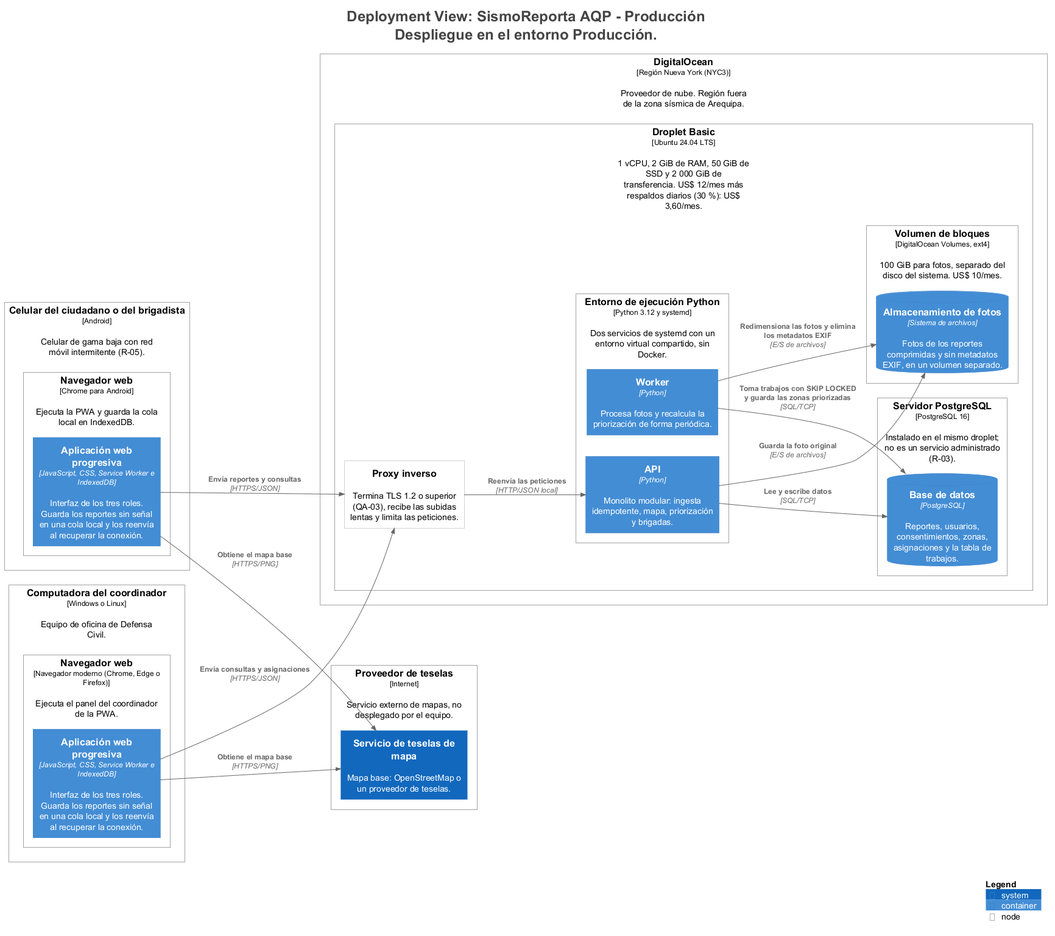
Before: docs/architecture/c4/img/structurizr-Despliegue.png, a diagram exported from PlantUML (DavidOliva06/cs-2026b-lab04-grupo06).
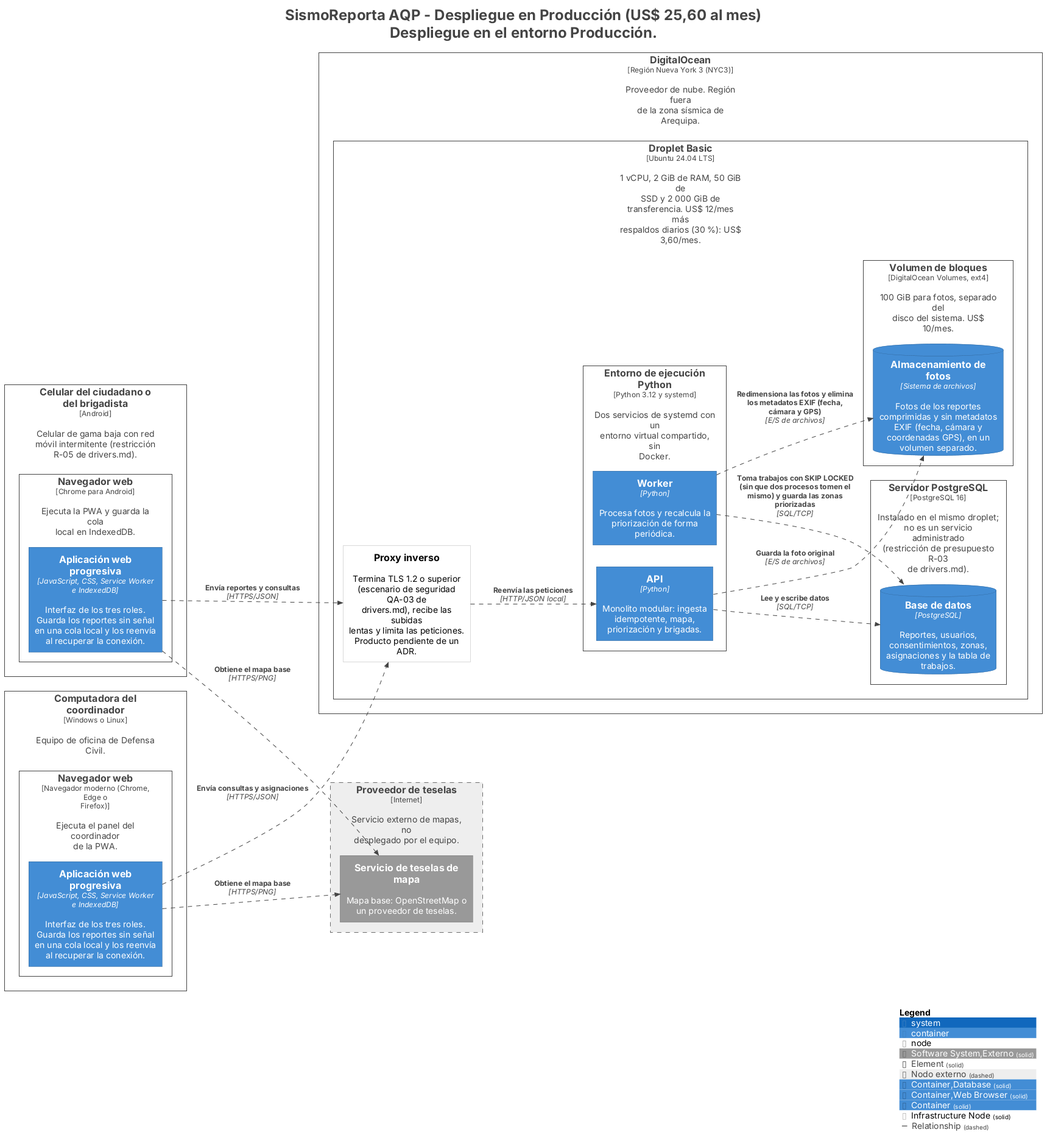
Later version of the same file.

Change to the diagram source:
```diff
@@ -1,5 +1,5 @@
 @startuml
-title <size:24>Deployment View: SismoReporta AQP - Producción</size>\n<size:24>Despliegue en el entorno Producción.</size>
+title <size:24>SismoReporta AQP - Despliegue en Producción (US$ 25,60 al mes)</size>\n<size:24>Despliegue en el entorno Producción.</size>
 
 set separator none
 left to right direction
@@ -16,53 +16,63 @@
 !include <C4/C4_Container>
 !include <C4/C4_Deployment>
 
-Deployment_Node(Producción.Celulardelciudadanoodelbrigadista, "Celular del ciudadano o del brigadista", $type="Android", $descr="Celular de gama baja con red móvil intermitente (R-05).", $tags="", $link="") {
-  Deployment_Node(Producción.Celulardelciudadanoodelbrigadista.Navegadorweb, "Navegador web", $type="Chrome para Android", $descr="Ejecuta la PWA y guarda la cola local en IndexedDB.", $tags="", $link="") {
-    Container(Producción.Celulardelciudadanoodelbrigadista.Navegadorweb.Aplicaciónwebprogresiva_1, "Aplicación web progresiva", $techn="JavaScript, CSS, Service Worker e IndexedDB", $descr="Interfaz de los tres roles. Guarda los reportes sin señal en una cola local y los reenvía al recuperar la conexión.", $tags="", $link="")
+AddElementTag("Software System,Externo", $bgColor="#999999", $borderColor="#6b6b6b", $fontColor="#ffffff", $sprite="", $shadowing="", $borderStyle="solid")
+AddElementTag("Element", $bgColor="#ffffff", $borderColor="#444444", $fontColor="#444444", $sprite="", $shadowing="", $borderStyle="solid")
+AddElementTag("Nodo externo", $bgColor="#eeeeee", $borderColor="#6b6b6b", $fontColor="#444444", $sprite="", $shadowing="", $borderStyle="dashed")
+AddElementTag("Container,Database", $bgColor="#438dd5", $borderColor="#2e6295", $fontColor="#ffffff", $sprite="", $shadowing="", $borderStyle="solid")
+AddElementTag("Container,Web Browser", $bgColor="#438dd5", $borderColor="#2e6295", $fontColor="#ffffff", $sprite="", $shadowing="", $borderStyle="solid")
+AddElementTag("Container", $bgColor="#438dd5", $borderColor="#2e6295", $fontColor="#ffffff", $sprite="", $shadowing="", $borderStyle="solid")
+AddElementTag("Infrastructure Node", $bgColor="#ffffff", $borderColor="#b2b2b2", $fontColor="#000000", $sprite="", $shadowing="", $borderStyle="solid")
+
+AddRelTag("Relationship", $textColor="#444444", $lineColor="#444444", $lineStyle = DashedLine())
+
+Deployment_Node(Producción.Celulardelciudadanoodelbrigadista, "Celular del ciudadano o del brigadista", $type="Android", $descr="Celular de gama baja con red móvil intermitente (restricción R-05 de drivers.md).", $tags="Element", $link="") {
+  Deployment_Node(Producción.Celulardelciudadanoodelbrigadista.Navegadorweb, "Navegador web", $type="Chrome para Android", $descr="Ejecuta la PWA y guarda la cola local en IndexedDB.", $tags="Element", $link="") {
+    Container(Producción.Celulardelciudadanoodelbrigadista.Navegadorweb.Aplicaciónwebprogresiva_1, "Aplicación web progresiva", $techn="JavaScript, CSS, Service Worker e IndexedDB", $descr="Interfaz de los tres roles. Guarda los reportes sin señal en una cola local y los reenvía al recuperar la conexión.", $tags="Container,Web Browser", $link="")
   }
 
 }
 
-Deployment_Node(Producción.Computadoradelcoordinador, "Computadora del coordinador", $type="Windows o Linux", $descr="Equipo de oficina de Defensa Civil.", $tags="", $link="") {
-  Deployment_Node(Producción.Computadoradelcoordinador.Navegadorweb, "Navegador web", $type="Navegador moderno (Chrome, Edge o Firefox)", $descr="Ejecuta el panel del coordinador de la PWA.", $tags="", $link="") {
-    Container(Producción.Computadoradelcoordinador.Navegadorweb.Aplicaciónwebprogresiva_1, "Aplicación web progresiva", $techn="JavaScript, CSS, Service Worker e IndexedDB", $descr="Interfaz de los tres roles. Guarda los reportes sin señal en una cola local y los reenvía al recuperar la conexión.", $tags="", $link="")
+Deployment_Node(Producción.Computadoradelcoordinador, "Computadora del coordinador", $type="Windows o Linux", $descr="Equipo de oficina de Defensa Civil.", $tags="Element", $link="") {
+  Deployment_Node(Producción.Computadoradelcoordinador.Navegadorweb, "Navegador web", $type="Navegador moderno (Chrome, Edge o Firefox)", $descr="Ejecuta el panel del coordinador de la PWA.", $tags="Element", $link="") {
+    Container(Producción.Computadoradelcoordinador.Navegadorweb.Aplicaciónwebprogresiva_1, "Aplicación web progresiva", $techn="JavaScript, CSS, Service Worker e IndexedDB", $descr="Interfaz de los tres roles. Guarda los reportes sin señal en una cola local y los reenvía al recuperar la conexión.", $tags="Container,Web Browser", $link="")
   }
 
 }
 
-Deployment_Node(Producción.DigitalOcean, "DigitalOcean", $type="Región Nueva York (NYC3)", $descr="Proveedor de nube. Región fuera de la zona sísmica de Arequipa.", $tags="", $link="") {
-  Deployment_Node(Producción.DigitalOcean.DropletBasic, "Droplet Basic", $type="Ubuntu 24.04 LTS", $descr="1 vCPU, 2 GiB de RAM, 50 GiB de SSD y 2 000 GiB de transferencia. US$ 12/mes más respaldos diarios (30 %): US$ 3,60/mes.", $tags="", $link="") {
-    Deployment_Node(Producción.DigitalOcean.DropletBasic.Proxyinverso, "Proxy inverso", $type="", $descr="Termina TLS 1.2 o superior (QA-03), recibe las subidas lentas y limita las peticiones.", $tags="", $link="")
-    Deployment_Node(Producción.DigitalOcean.DropletBasic.EntornodeejecuciónPython, "Entorno de ejecución Python", $type="Python 3.12 y systemd", $descr="Dos servicios de systemd con un entorno virtual compartido, sin Docker.", $tags="", $link="") {
-      Container(Producción.DigitalOcean.DropletBasic.EntornodeejecuciónPython.API_1, "API", $techn="Python", $descr="Monolito modular: ingesta idempotente, mapa, priorización y brigadas.", $tags="", $link="")
-      Container(Producción.DigitalOcean.DropletBasic.EntornodeejecuciónPython.Worker_1, "Worker", $techn="Python", $descr="Procesa fotos y recalcula la priorización de forma periódica.", $tags="", $link="")
+Deployment_Node(Producción.DigitalOcean, "DigitalOcean", $type="Región Nueva York 3 (NYC3)", $descr="Proveedor de nube. Región fuera de la zona sísmica de Arequipa.", $tags="Element", $link="") {
+  Deployment_Node(Producción.DigitalOcean.DropletBasic, "Droplet Basic", $type="Ubuntu 24.04 LTS", $descr="1 vCPU, 2 GiB de RAM, 50 GiB de SSD y 2 000 GiB de transferencia. US$ 12/mes más respaldos diarios (30 %): US$ 3,60/mes.", $tags="Element", $link="") {
+    Deployment_Node(Producción.DigitalOcean.DropletBasic.Proxyinverso, "Proxy inverso", $type="", $descr="Termina TLS 1.2 o superior (escenario de seguridad QA-03 de drivers.md), recibe las subidas lentas y limita las peticiones. Producto pendiente de un ADR.", $tags="Infrastructure Node", $link="")
+    Deployment_Node(Producción.DigitalOcean.DropletBasic.EntornodeejecuciónPython, "Entorno de ejecución Python", $type="Python 3.12 y systemd", $descr="Dos servicios de systemd con un entorno virtual compartido, sin Docker.", $tags="Element", $link="") {
+      Container(Producción.DigitalOcean.DropletBasic.EntornodeejecuciónPython.API_1, "API", $techn="Python", $descr="Monolito modular: ingesta idempotente, mapa, priorización y brigadas.", $tags="Container", $link="")
+      Container(Producción.DigitalOcean.DropletBasic.EntornodeejecuciónPython.Worker_1, "Worker", $techn="Python", $descr="Procesa fotos y recalcula la priorización de forma periódica.", $tags="Container", $link="")
     }
 
-    Deployment_Node(Producción.DigitalOcean.DropletBasic.ServidorPostgreSQL, "Servidor PostgreSQL", $type="PostgreSQL 16", $descr="Instalado en el mismo droplet; no es un servicio administrado (R-03).", $tags="", $link="") {
-      ContainerDb(Producción.DigitalOcean.DropletBasic.ServidorPostgreSQL.Basededatos_1, "Base de datos", $techn="PostgreSQL", $descr="Reportes, usuarios, consentimientos, zonas, asignaciones y la tabla de trabajos.", $tags="", $link="")
+    Deployment_Node(Producción.DigitalOcean.DropletBasic.ServidorPostgreSQL, "Servidor PostgreSQL", $type="PostgreSQL 16", $descr="Instalado en el mismo droplet; no es un servicio administrado (restricción de presupuesto R-03 de drivers.md).", $tags="Element", $link="") {
+      ContainerDb(Producción.DigitalOcean.DropletBasic.ServidorPostgreSQL.Basededatos_1, "Base de datos", $techn="PostgreSQL", $descr="Reportes, usuarios, consentimientos, zonas, asignaciones y la tabla de trabajos.", $tags="Container,Database", $link="")
     }
 
-    Deployment_Node(Producción.DigitalOcean.DropletBasic.Volumendebloques, "Volumen de bloques", $type="DigitalOcean Volumes, ext4", $descr="100 GiB para fotos, separado del disco del sistema. US$ 10/mes.", $tags="", $link="") {
-      ContainerDb(Producción.DigitalOcean.DropletBasic.Volumendebloques.Almacenamientodefotos_1, "Almacenamiento de fotos", $techn="Sistema de archivos", $descr="Fotos de los reportes comprimidas y sin metadatos EXIF, en un volumen separado.", $tags="", $link="")
+    Deployment_Node(Producción.DigitalOcean.DropletBasic.Volumendebloques, "Volumen de bloques", $type="DigitalOcean Volumes, ext4", $descr="100 GiB para fotos, separado del disco del sistema. US$ 10/mes.", $tags="Element", $link="") {
+      ContainerDb(Producción.DigitalOcean.DropletBasic.Volumendebloques.Almacenamientodefotos_1, "Almacenamiento de fotos", $techn="Sistema de archivos", $descr="Fotos de los reportes comprimidas y sin metadatos EXIF (fecha, cámara y coordenadas GPS), en un volumen separado.", $tags="Container,Database", $link="")
     }
 
   }
 
 }
 
-Deployment_Node(Producción.Proveedordeteselas, "Proveedor de teselas", $type="Internet", $descr="Servicio externo de mapas, no desplegado por el equipo.", $tags="", $link="") {
-  System(Producción.Proveedordeteselas.Serviciodeteselasdemapa_1, "Servicio de teselas de mapa", $descr="Mapa base: OpenStreetMap o un proveedor de teselas.", $tags="", $link="")
+Deployment_Node(Producción.Proveedordeteselas, "Proveedor de teselas", $type="Internet", $descr="Servicio externo de mapas, no desplegado por el equipo.", $tags="Nodo externo", $link="") {
+  System(Producción.Proveedordeteselas.Serviciodeteselasdemapa_1, "Servicio de teselas de mapa", $descr="Mapa base: OpenStreetMap o un proveedor de teselas.", $tags="Software System,Externo", $link="")
 }
 
-Rel(Producción.DigitalOcean.DropletBasic.EntornodeejecuciónPython.API_1, Producción.DigitalOcean.DropletBasic.ServidorPostgreSQL.Basededatos_1, "Lee y escribe datos", $techn="SQL/TCP", $tags="", $link="")
-Rel(Producción.DigitalOcean.DropletBasic.EntornodeejecuciónPython.Worker_1, Producción.DigitalOcean.DropletBasic.ServidorPostgreSQL.Basededatos_1, "Toma trabajos con SKIP LOCKED y guarda las zonas priorizadas", $techn="SQL/TCP", $tags="", $link="")
-Rel(Producción.DigitalOcean.DropletBasic.EntornodeejecuciónPython.API_1, Producción.DigitalOcean.DropletBasic.Volumendebloques.Almacenamientodefotos_1, "Guarda la foto original", $techn="E/S de archivos", $tags="", $link="")
-Rel(Producción.DigitalOcean.DropletBasic.EntornodeejecuciónPython.Worker_1, Producción.DigitalOcean.DropletBasic.Volumendebloques.Almacenamientodefotos_1, "Redimensiona las fotos y elimina los metadatos EXIF", $techn="E/S de archivos", $tags="", $link="")
-Rel(Producción.Celulardelciudadanoodelbrigadista.Navegadorweb.Aplicaciónwebprogresiva_1, Producción.Proveedordeteselas.Serviciodeteselasdemapa_1, "Obtiene el mapa base", $techn="HTTPS/PNG", $tags="", $link="")
-Rel(Producción.Computadoradelcoordinador.Navegadorweb.Aplicaciónwebprogresiva_1, Producción.Proveedordeteselas.Serviciodeteselasdemapa_1, "Obtiene el mapa base", $techn="HTTPS/PNG", $tags="", $link="")
-Rel(Producción.Celulardelciudadanoodelbrigadista.Navegadorweb.Aplicaciónwebprogresiva_1, Producción.DigitalOcean.DropletBasic.Proxyinverso, "Envía reportes y consultas", $techn="HTTPS/JSON", $tags="", $link="")
-Rel(Producción.Computadoradelcoordinador.Navegadorweb.Aplicaciónwebprogresiva_1, Producción.DigitalOcean.DropletBasic.Proxyinverso, "Envía consultas y asignaciones", $techn="HTTPS/JSON", $tags="", $link="")
-Rel(Producción.DigitalOcean.DropletBasic.Proxyinverso, Producción.DigitalOcean.DropletBasic.EntornodeejecuciónPython.API_1, "Reenvía las peticiones", $techn="HTTP/JSON local", $tags="", $link="")
+Rel(Producción.DigitalOcean.DropletBasic.EntornodeejecuciónPython.API_1, Producción.DigitalOcean.DropletBasic.ServidorPostgreSQL.Basededatos_1, "Lee y escribe datos", $techn="SQL/TCP", $tags="Relationship", $link="")
+Rel(Producción.DigitalOcean.DropletBasic.EntornodeejecuciónPython.Worker_1, Producción.DigitalOcean.DropletBasic.ServidorPostgreSQL.Basededatos_1, "Toma trabajos con SKIP LOCKED (sin que dos procesos tomen el mismo) y guarda las zonas priorizadas", $techn="SQL/TCP", $tags="Relationship", $link="")
+Rel(Producción.DigitalOcean.DropletBasic.EntornodeejecuciónPython.API_1, Producción.DigitalOcean.DropletBasic.Volumendebloques.Almacenamientodefotos_1, "Guarda la foto original", $techn="E/S de archivos", $tags="Relationship", $link="")
+Rel(Producción.DigitalOcean.DropletBasic.EntornodeejecuciónPython.Worker_1, Producción.DigitalOcean.DropletBasic.Volumendebloques.Almacenamientodefotos_1, "Redimensiona las fotos y elimina los metadatos EXIF (fecha, cámara y GPS)", $techn="E/S de archivos", $tags="Relationship", $link="")
+Rel(Producción.Celulardelciudadanoodelbrigadista.Navegadorweb.Aplicaciónwebprogresiva_1, Producción.Proveedordeteselas.Serviciodeteselasdemapa_1, "Obtiene el mapa base", $techn="HTTPS/PNG", $tags="Relationship", $link="")
+Rel(Producción.Computadoradelcoordinador.Navegadorweb.Aplicaciónwebprogresiva_1, Producción.Proveedordeteselas.Serviciodeteselasdemapa_1, "Obtiene el mapa base", $techn="HTTPS/PNG", $tags="Relationship", $link="")
+Rel(Producción.Celulardelciudadanoodelbrigadista.Navegadorweb.Aplicaciónwebprogresiva_1, Producción.DigitalOcean.DropletBasic.Proxyinverso, "Envía reportes y consultas", $techn="HTTPS/JSON", $tags="Relationship", $link="")
+Rel(Producción.Computadoradelcoordinador.Navegadorweb.Aplicaciónwebprogresiva_1, Producción.DigitalOcean.DropletBasic.Proxyinverso, "Envía consultas y asignaciones", $techn="HTTPS/JSON", $tags="Relationship", $link="")
+Rel(Producción.DigitalOcean.DropletBasic.Proxyinverso, Producción.DigitalOcean.DropletBasic.EntornodeejecuciónPython.API_1, "Reenvía las peticiones", $techn="HTTP/JSON local", $tags="Relationship", $link="")
 
 SHOW_LEGEND(true)
 hide stereotypes
```
